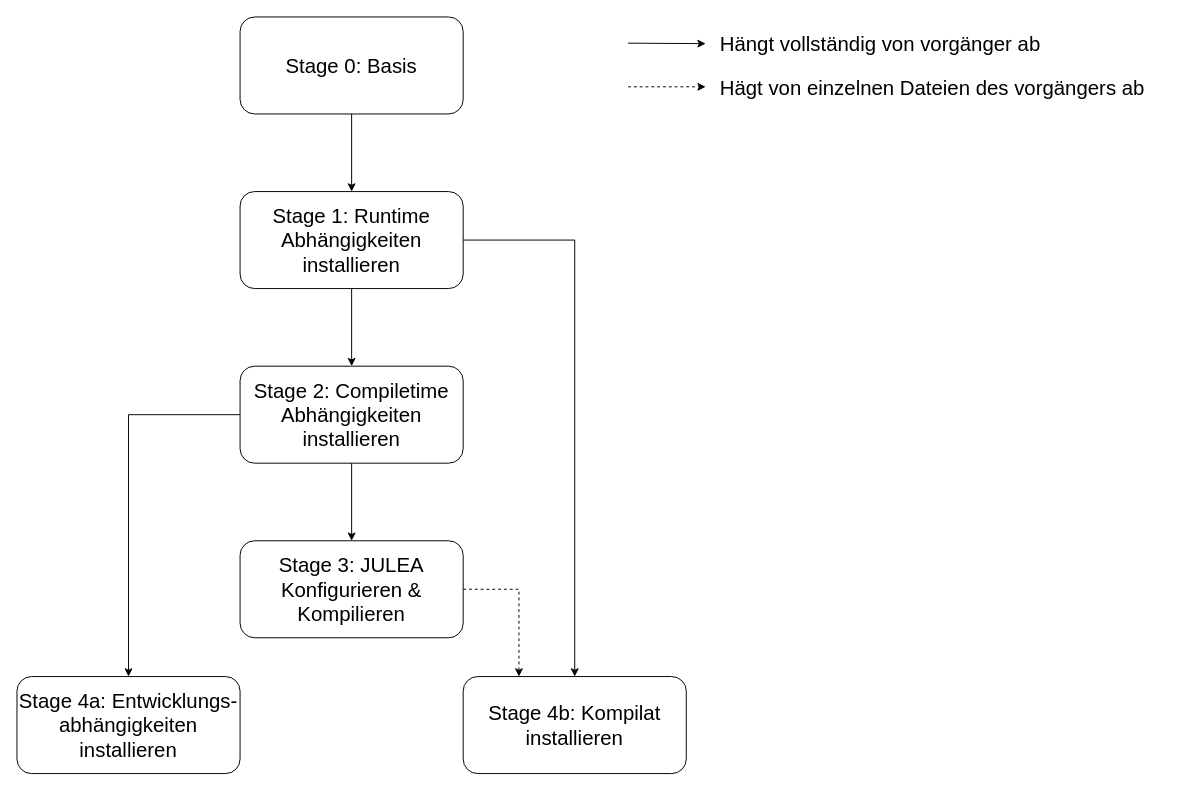
FinnHering/bachelor-arbeit keeps this draw.io diagram as figures/modell-system-containerfile.drawio. Above is the earlier version. Source tidied: cells renumbered, new cells numbered last; positions are measured from the earlier drawing's top-left corner, leaving out a move shared by most shapes. Both pictures are drawn from the tidied source at 97%, with x=0, y=0 at pixel (16, 16).
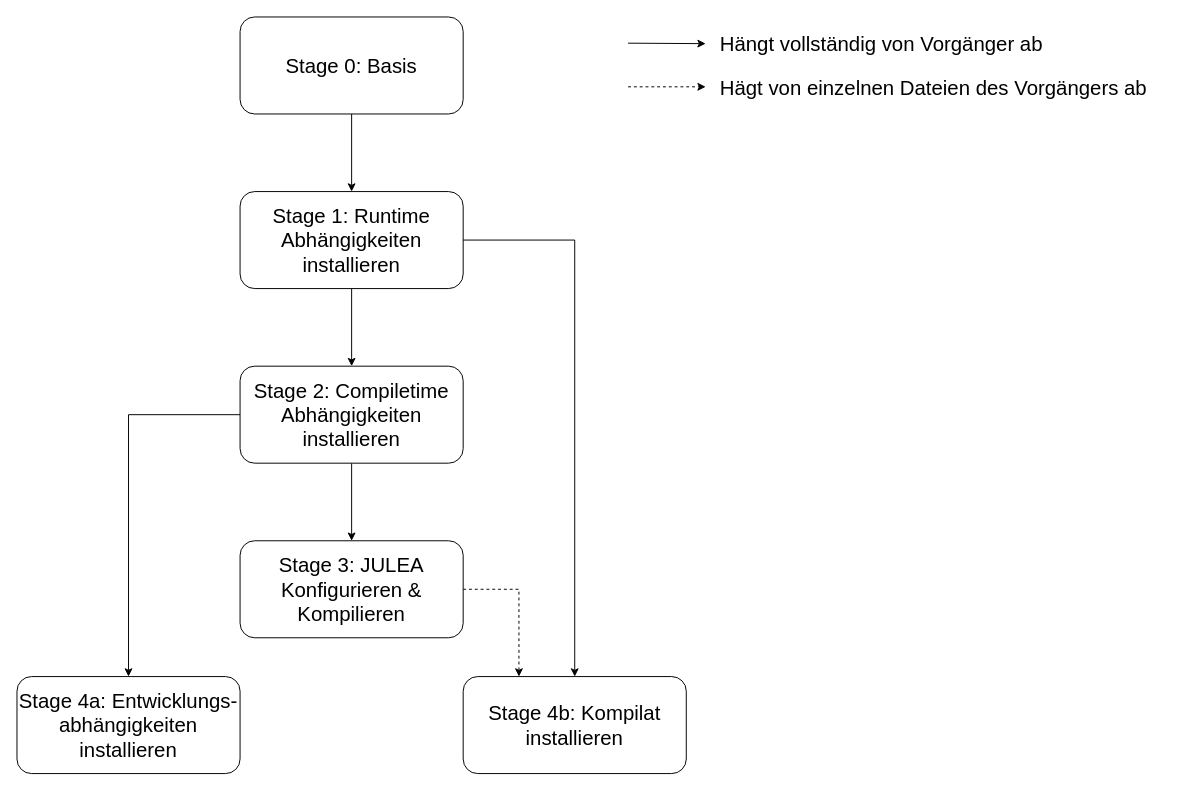
After the change.

The edit, as a diff of the source:
```diff
@@
-    <mxCell id="4" value="Hängt vollständig von vorgänger ab&amp;nbsp;" style="text;html=1;align=left;verticalAlign=middle;whiteSpace=wrap;rounded=0;fontSize=21;" parent="1" vertex="1">
+    <mxCell id="4" value="Hängt vollständig von Vorgänger ab&amp;nbsp;" style="text;html=1;align=left;verticalAlign=middle;whiteSpace=wrap;rounded=0;fontSize=21;" parent="1" vertex="1">
       <mxGeometry x="723" y="12.5" width="367" height="30" as="geometry" />
     </mxCell>
-    <mxCell id="5" value="Hägt von einzelnen Dateien des vorgängers ab&amp;nbsp;" style="text;html=1;align=left;verticalAlign=middle;whiteSpace=wrap;rounded=0;fontSize=21;" parent="1" vertex="1">
+    <mxCell id="5" value="Hägt von einzelnen Dateien des Vorgängers ab&amp;nbsp;" style="text;html=1;align=left;verticalAlign=middle;whiteSpace=wrap;rounded=0;fontSize=21;" parent="1" vertex="1">
       <mxGeometry x="723" y="57.5" width="457" height="30" as="geometry" />
     </mxCell>
```
